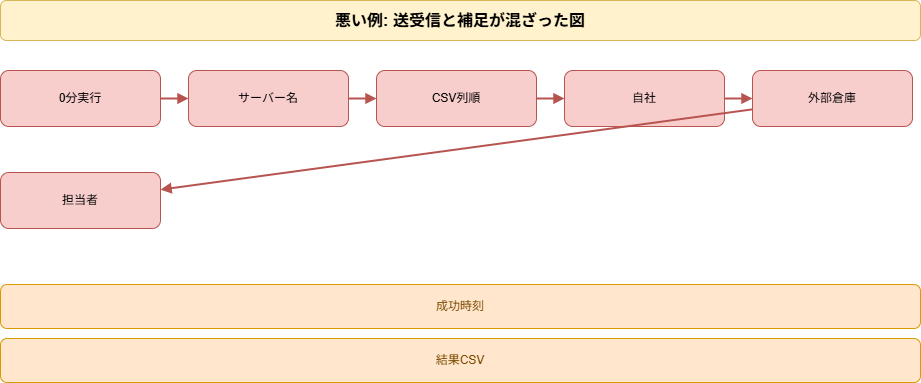
Before: docs/zukai-drill/data/diagrams/easy-stock-sync_bad-diagram.drawio.png, a diagram exported from draw.io (kaku3/workbooks). Source tidied: cells renumbered, new cells last; positions are measured from the earlier drawing's top-left corner, leaving out a move shared by most shapes. Source of this version:
```xml
<mxGraphModel>
  <root>
    <mxCell id="0" />
    <mxCell id="1" parent="0" />
    <mxCell id="2" value="悪い例: 送受信と補足が混ざった図" style="rounded=1;whiteSpace=wrap;html=1;fillColor=#fff2cc;strokeColor=#d6b656;fontSize=16;fontStyle=1;" parent="1" vertex="1">
      <mxGeometry width="920" height="40" as="geometry" />
    </mxCell>
    <mxCell id="3" value="0分実行" style="rounded=1;whiteSpace=wrap;html=1;fillColor=#f8cecc;strokeColor=#b85450;" parent="1" vertex="1">
      <mxGeometry y="70" width="160" height="56" as="geometry" />
    </mxCell>
    <mxCell id="4" value="サーバー名" style="rounded=1;whiteSpace=wrap;html=1;fillColor=#f8cecc;strokeColor=#b85450;" parent="1" vertex="1">
      <mxGeometry x="188" y="70" width="160" height="56" as="geometry" />
    </mxCell>
    <mxCell id="5" style="endArrow=block;html=1;rounded=0;strokeColor=#b85450;strokeWidth=2;" parent="1" edge="1" source="3" target="4">
      <mxGeometry relative="1" as="geometry" />
    </mxCell>
    <mxCell id="6" value="CSV列順" style="rounded=1;whiteSpace=wrap;html=1;fillColor=#f8cecc;strokeColor=#b85450;" parent="1" vertex="1">
      <mxGeometry x="376" y="70" width="160" height="56" as="geometry" />
    </mxCell>
    <mxCell id="7" style="endArrow=block;html=1;rounded=0;strokeColor=#b85450;strokeWidth=2;" parent="1" edge="1" source="4" target="6">
      <mxGeometry relative="1" as="geometry" />
    </mxCell>
    <mxCell id="8" value="自社" style="rounded=1;whiteSpace=wrap;html=1;fillColor=#f8cecc;strokeColor=#b85450;" parent="1" vertex="1">
      <mxGeometry x="564" y="70" width="160" height="56" as="geometry" />
    </mxCell>
    <mxCell id="9" style="endArrow=block;html=1;rounded=0;strokeColor=#b85450;strokeWidth=2;" parent="1" edge="1" source="6" target="8">
      <mxGeometry relative="1" as="geometry" />
    </mxCell>
    <mxCell id="10" value="外部倉庫" style="rounded=1;whiteSpace=wrap;html=1;fillColor=#f8cecc;strokeColor=#b85450;" parent="1" vertex="1">
      <mxGeometry x="752" y="70" width="160" height="56" as="geometry" />
    </mxCell>
    <mxCell id="11" style="endArrow=block;html=1;rounded=0;strokeColor=#b85450;strokeWidth=2;" parent="1" edge="1" source="8" target="10">
      <mxGeometry relative="1" as="geometry" />
    </mxCell>
    <mxCell id="12" value="担当者" style="rounded=1;whiteSpace=wrap;html=1;fillColor=#f8cecc;strokeColor=#b85450;" parent="1" vertex="1">
      <mxGeometry y="172" width="160" height="56" as="geometry" />
    </mxCell>
    <mxCell id="13" style="endArrow=block;html=1;rounded=0;strokeColor=#b85450;strokeWidth=2;" parent="1" edge="1" source="10" target="12">
      <mxGeometry relative="1" as="geometry" />
    </mxCell>
    <mxCell id="14" value="成功時刻" style="rounded=1;whiteSpace=wrap;html=1;fillColor=#ffe6cc;strokeColor=#d79b00;fontColor=#7a4a00;" parent="1" vertex="1">
      <mxGeometry y="284" width="920" height="44" as="geometry" />
    </mxCell>
    <mxCell id="15" value="結果CSV" style="rounded=1;whiteSpace=wrap;html=1;fillColor=#ffe6cc;strokeColor=#d79b00;fontColor=#7a4a00;" parent="1" vertex="1">
      <mxGeometry y="338" width="920" height="44" as="geometry" />
    </mxCell>
  </root>
</mxGraphModel>
```
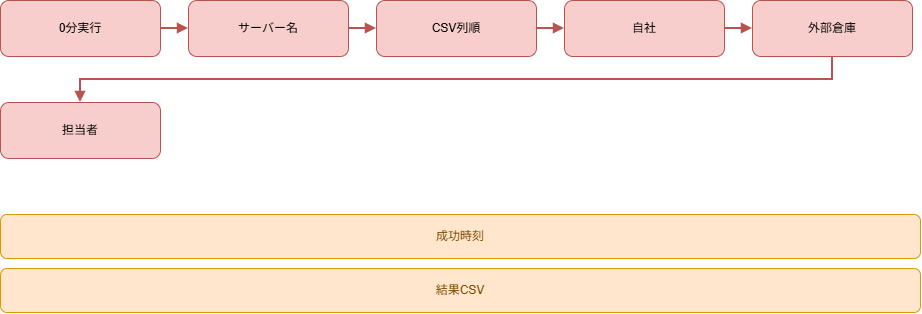
After the change.

The edit, as a diff of the source:
```diff
@@ -2,9 +2,6 @@
   <root>
     <mxCell id="0" />
     <mxCell id="1" parent="0" />
-    <mxCell id="2" value="悪い例: 送受信と補足が混ざった図" style="rounded=1;whiteSpace=wrap;html=1;fillColor=#fff2cc;strokeColor=#d6b656;fontSize=16;fontStyle=1;" parent="1" vertex="1">
-      <mxGeometry width="920" height="40" as="geometry" />
-    </mxCell>
     <mxCell id="3" value="0分実行" style="rounded=1;whiteSpace=wrap;html=1;fillColor=#f8cecc;strokeColor=#b85450;" parent="1" vertex="1">
       <mxGeometry y="70" width="160" height="56" as="geometry" />
     </mxCell>
@@ -35,7 +32,7 @@
     <mxCell id="12" value="担当者" style="rounded=1;whiteSpace=wrap;html=1;fillColor=#f8cecc;strokeColor=#b85450;" parent="1" vertex="1">
       <mxGeometry y="172" width="160" height="56" as="geometry" />
     </mxCell>
-    <mxCell id="13" style="endArrow=block;html=1;rounded=0;strokeColor=#b85450;strokeWidth=2;" parent="1" edge="1" source="10" target="12">
+    <mxCell id="13" style="endArrow=block;html=1;rounded=0;strokeColor=#b85450;strokeWidth=2;edgeStyle=orthogonalEdgeStyle;exitX=0.5;exitY=1;exitDx=0;exitDy=0;" parent="1" edge="1" source="10" target="12">
       <mxGeometry relative="1" as="geometry" />
     </mxCell>
     <mxCell id="14" value="成功時刻" style="rounded=1;whiteSpace=wrap;html=1;fillColor=#ffe6cc;strokeColor=#d79b00;fontColor=#7a4a00;" parent="1" vertex="1">
```
